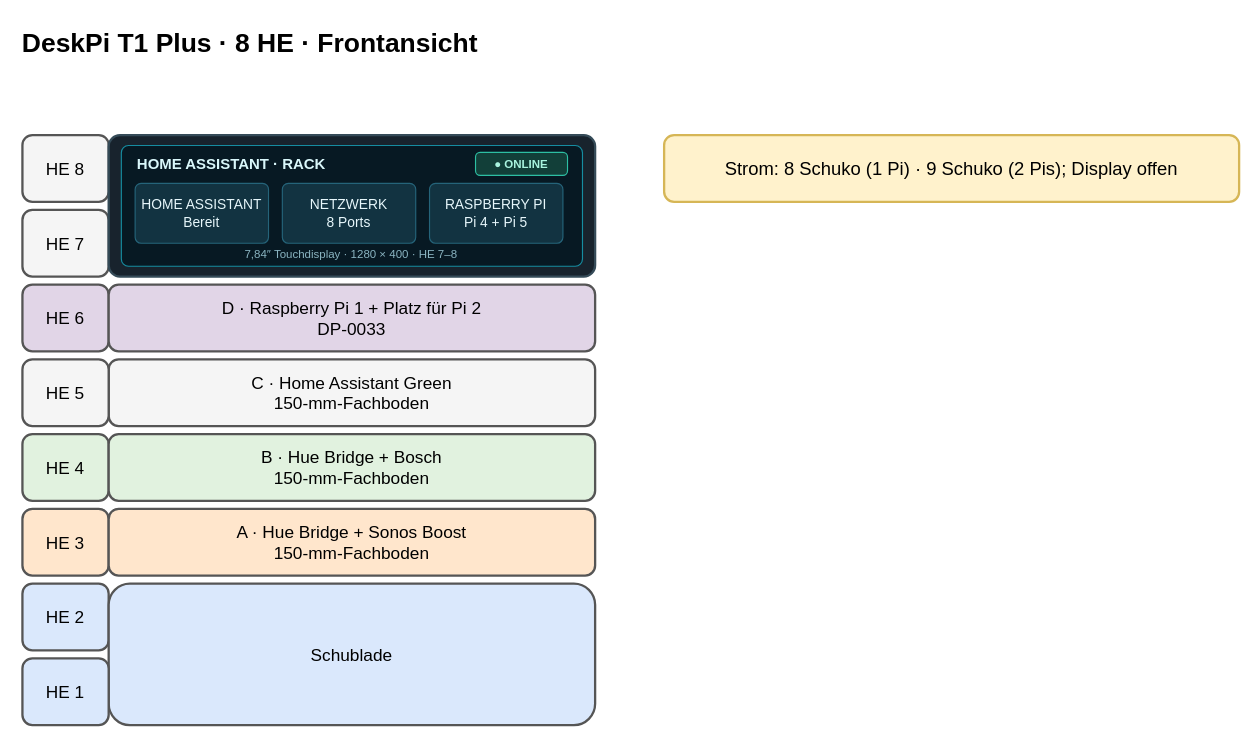
Before: page "DeskPi 8 HE – Front" (1 of 5) of 10-zoll-rack-planung.drawio in tiptronic/diagrams, a draw.io diagram. Source tidied: cells renumbered, new cells numbered last; positions are measured from the earlier drawing's top-left corner, leaving out a move shared by most shapes. Both pictures are drawn from the tidied source at 115%, with x=0, y=0 at pixel (20, 20).
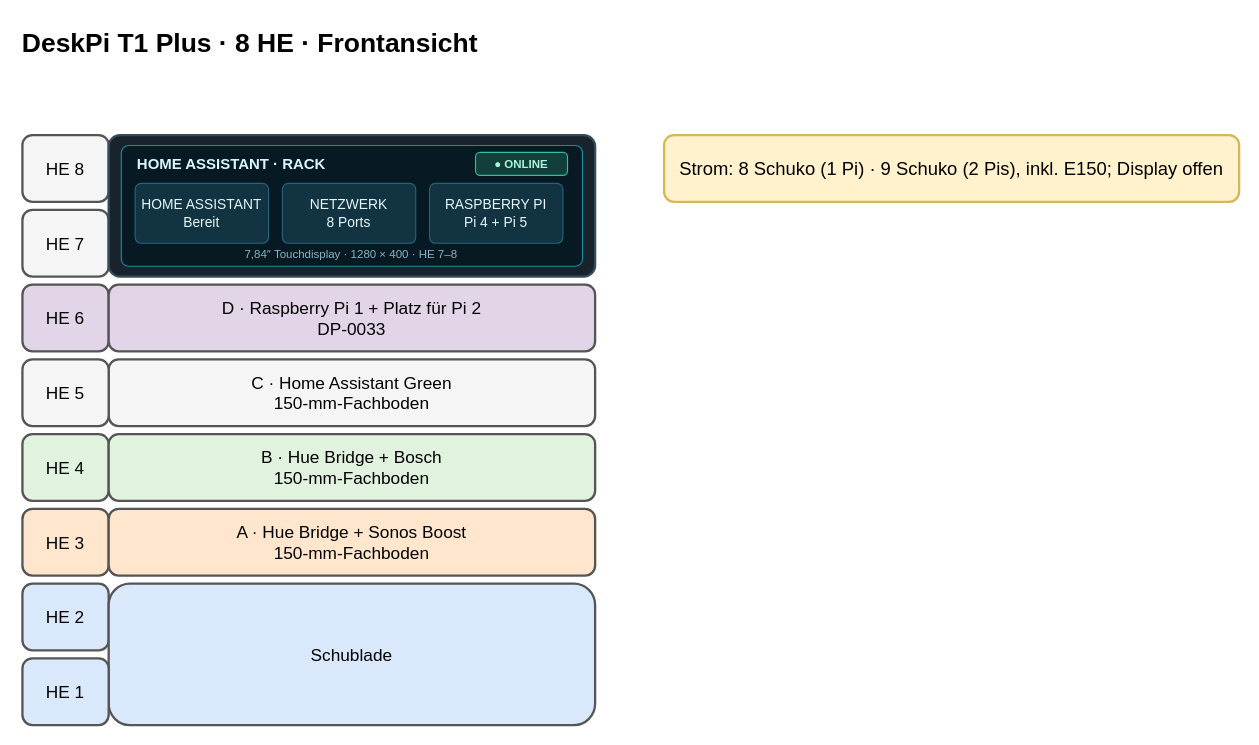
After the change.

Commit message:
Count Anker E150 in rack power plan

What changed in the source:
```diff
@@
-    <mxCell id="24" value="Strom: 8 Schuko (1 Pi) · 9 Schuko (2 Pis); Display offen" style="rounded=1;whiteSpace=wrap;html=1;align=center;verticalAlign=middle;strokeWidth=2;fontSize=16;fillColor=#fff2cc;strokeColor=#d6b656;" parent="1" vertex="1">
+    <mxCell id="24" value="Strom: 8 Schuko (1 Pi) · 9 Schuko (2 Pis), inkl. E150; Display offen" style="rounded=1;whiteSpace=wrap;html=1;align=center;verticalAlign=middle;strokeWidth=2;fontSize=16;fillColor=#fff2cc;strokeColor=#d6b656;" parent="1" vertex="1">
       <mxGeometry x="560" y="100" width="500" height="58" as="geometry" />
     </mxCell>
```
